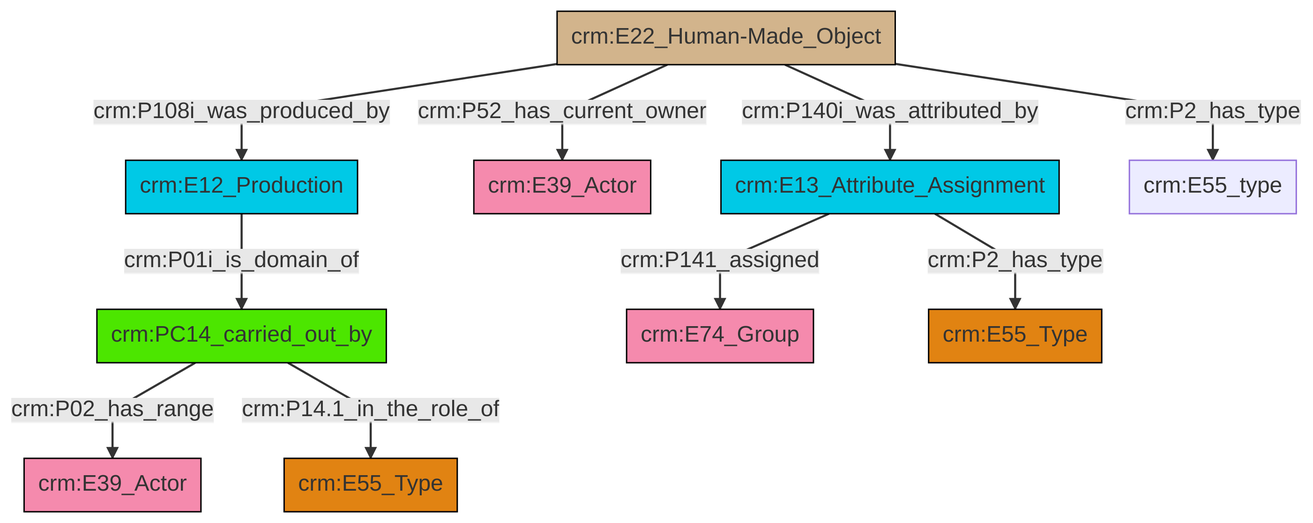
The Mermaid diagram et/builtWorkCSV/ttl/mmd/png/Built_Work_actor_relations.png in swiss-art-research-net/reference-data-models, before a commit. Its source is kept beside it as et/builtWorkCSV/ttl/mmd/Built_Work_actor_relations.ttl.mmd.
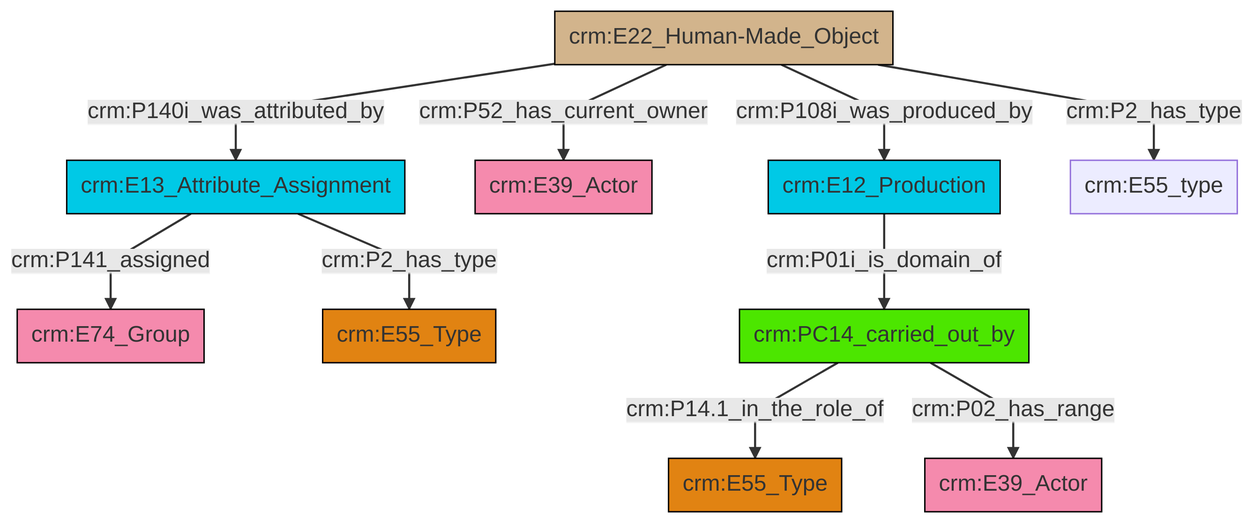
The same file after the commit.

Change to the diagram source:
```diff
@@ -13,12 +13,12 @@
 classDef PC_Classes fill:#4ce600, stroke:#000000;
 classDef Multi fill:#cccccc,stroke:#000000;
 
-0["crm:PC14_carried_out_by"]:::PC_Classes -->|crm:P02_has_range| 1["crm:E39_Actor"]:::Actor
-2["crm:E13_Attribute_Assignment"]:::Temporal_Entity -->|crm:P141_assigned| 3["crm:E74_Group"]:::Actor
-6["crm:E22_Human-Made_Object"]:::Physical_Thing -->|crm:P108i_was_produced_by| 7["crm:E12_Production"]:::Temporal_Entity
-6["crm:E22_Human-Made_Object"]:::Physical_Thing -->|crm:P2_has_type| 10["crm:E55_type"]:::Default
-6["crm:E22_Human-Made_Object"]:::Physical_Thing -->|crm:P52_has_current_owner| 4["crm:E39_Actor"]:::Actor
-6["crm:E22_Human-Made_Object"]:::Physical_Thing -->|crm:P140i_was_attributed_by| 2["crm:E13_Attribute_Assignment"]:::Temporal_Entity
-0["crm:PC14_carried_out_by"]:::PC_Classes -->|crm:P14.1_in_the_role_of| 8["crm:E55_Type"]:::Type
-2["crm:E13_Attribute_Assignment"]:::Temporal_Entity -->|crm:P2_has_type| 12["crm:E55_Type"]:::Type
-7["crm:E12_Production"]:::Temporal_Entity -->|crm:P01i_is_domain_of| 0["crm:PC14_carried_out_by"]:::PC_Classes
+2["crm:PC14_carried_out_by"]:::PC_Classes -->|crm:P14.1_in_the_role_of| 3["crm:E55_Type"]:::Type
+5["crm:E13_Attribute_Assignment"]:::Temporal_Entity -->|crm:P141_assigned| 0["crm:E74_Group"]:::Actor
+6["crm:E22_Human-Made_Object"]:::Physical_Thing -->|crm:P140i_was_attributed_by| 5["crm:E13_Attribute_Assignment"]:::Temporal_Entity
+5["crm:E13_Attribute_Assignment"]:::Temporal_Entity -->|crm:P2_has_type| 8["crm:E55_Type"]:::Type
+2["crm:PC14_carried_out_by"]:::PC_Classes -->|crm:P02_has_range| 14["crm:E39_Actor"]:::Actor
+6["crm:E22_Human-Made_Object"]:::Physical_Thing -->|crm:P52_has_current_owner| 12["crm:E39_Actor"]:::Actor
+6["crm:E22_Human-Made_Object"]:::Physical_Thing -->|crm:P108i_was_produced_by| 18["crm:E12_Production"]:::Temporal_Entity
+18["crm:E12_Production"]:::Temporal_Entity -->|crm:P01i_is_domain_of| 2["crm:PC14_carried_out_by"]:::PC_Classes
+6["crm:E22_Human-Made_Object"]:::Physical_Thing -->|crm:P2_has_type| 9["crm:E55_type"]:::Default
```
